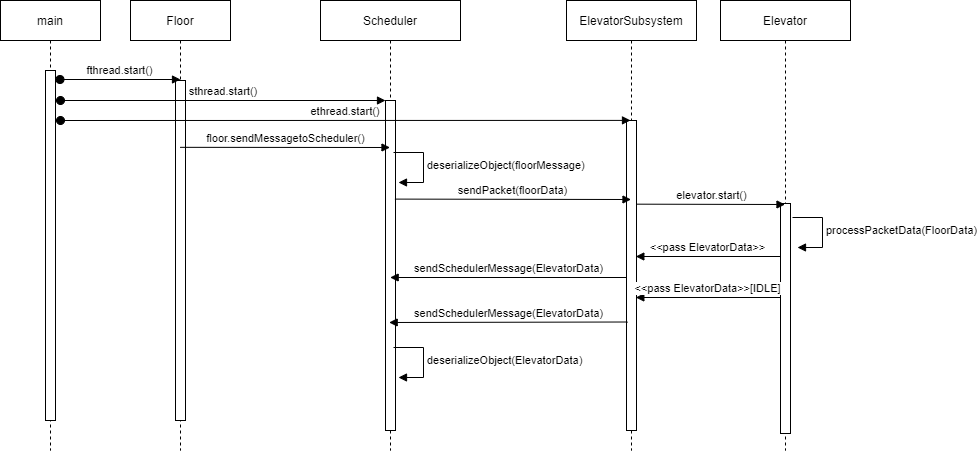
Earlier version of the draw.io export diagrams/Iteration3Sequence.png (slukic0/elevator). Source tidied: cells renumbered, new cells last; positions are measured from the earlier drawing's top-left corner, leaving out a move shared by most shapes.
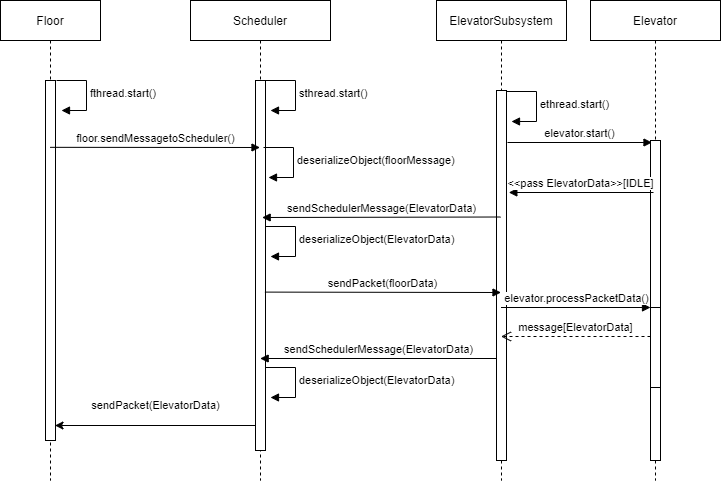
After the change.

The edit, as a diff of the source:
```diff
@@ -3,23 +3,80 @@
     <mxCell id="0" />
     <mxCell id="1" parent="0" />
     <mxCell id="2" value="Floor" style="shape=umlLifeline;perimeter=lifelinePerimeter;rounded=0;shadow=0;strokeWidth=1;" parent="1" vertex="1">
-      <mxGeometry x="130" width="100" height="450" as="geometry" />
+      <mxGeometry x="130" width="100" height="480" as="geometry" />
     </mxCell>
     <mxCell id="3" style="perimeter=orthogonalPerimeter;rounded=0;shadow=0;strokeWidth=1;" parent="2" vertex="1">
-      <mxGeometry x="45" y="80" width="10" height="340" as="geometry" />
+      <mxGeometry x="45" y="80" width="10" height="360" as="geometry" />
     </mxCell>
+    <mxCell id="22" value="fthread.start()" style="html=1;align=left;spacingLeft=2;endArrow=block;rounded=0;edgeStyle=orthogonalEdgeStyle;curved=0;rounded=0;" parent="2" edge="1">
+      <mxGeometry relative="1" as="geometry">
+        <mxPoint x="56" y="80" as="sourcePoint" />
+        <mxPoint x="61" y="110" as="targetPoint" />
+        <Array as="points">
+          <mxPoint x="86" y="110" />
+        </Array>
+      </mxGeometry>
+    </mxCell>
     <mxCell id="4" value="ElevatorSubsystem" style="shape=umlLifeline;perimeter=lifelinePerimeter;rounded=0;shadow=0;strokeWidth=1;" parent="1" vertex="1">
-      <mxGeometry x="566" width="130" height="450" as="geometry" />
+      <mxGeometry x="566" width="130" height="480" as="geometry" />
     </mxCell>
     <mxCell id="5" style="perimeter=orthogonalPerimeter;rounded=0;shadow=0;strokeWidth=1;" parent="4" vertex="1">
-      <mxGeometry x="60" y="120" width="10" height="310" as="geometry" />
+      <mxGeometry x="60" y="90" width="10" height="370" as="geometry" />
     </mxCell>
+    <mxCell id="23" value="ethread.start()" style="html=1;align=left;spacingLeft=2;endArrow=block;rounded=0;edgeStyle=orthogonalEdgeStyle;curved=0;rounded=0;" parent="4" edge="1">
+      <mxGeometry relative="1" as="geometry">
+        <mxPoint x="70" y="91" as="sourcePoint" />
+        <mxPoint x="75" y="121" as="targetPoint" />
+        <Array as="points">
+          <mxPoint x="100" y="121" />
+        </Array>
+      </mxGeometry>
+    </mxCell>
+    <mxCell id="17" value="elevator.start()" style="html=1;verticalAlign=bottom;endArrow=block;rounded=0;" parent="4" edge="1">
+      <mxGeometry relative="1" as="geometry">
+        <mxPoint x="71" y="142" as="sourcePoint" />
+        <mxPoint x="215.5" y="142" as="targetPoint" />
+      </mxGeometry>
+    </mxCell>
     <mxCell id="6" value="Scheduler" style="shape=umlLifeline;perimeter=lifelinePerimeter;rounded=0;shadow=0;strokeWidth=1;" parent="1" vertex="1">
-      <mxGeometry x="320" width="140" height="450" as="geometry" />
+      <mxGeometry x="320" width="140" height="480" as="geometry" />
     </mxCell>
     <mxCell id="7" style="points=[];perimeter=orthogonalPerimeter;rounded=0;shadow=0;strokeWidth=1;" parent="6" vertex="1">
-      <mxGeometry x="65" y="100" width="10" height="330" as="geometry" />
+      <mxGeometry x="65" y="80" width="10" height="370" as="geometry" />
     </mxCell>
+    <mxCell id="24" value="sthread.start()" style="html=1;align=left;spacingLeft=2;endArrow=block;rounded=0;edgeStyle=orthogonalEdgeStyle;curved=0;rounded=0;" parent="6" edge="1">
+      <mxGeometry relative="1" as="geometry">
+        <mxPoint x="75" y="80" as="sourcePoint" />
+        <mxPoint x="80" y="110" as="targetPoint" />
+        <Array as="points">
+          <mxPoint x="105" y="110" />
+        </Array>
+      </mxGeometry>
+    </mxCell>
+    <mxCell id="25" value="deserializeObject(ElevatorData)" style="html=1;align=left;spacingLeft=2;endArrow=block;rounded=0;edgeStyle=orthogonalEdgeStyle;curved=0;rounded=0;" parent="6" edge="1">
+      <mxGeometry relative="1" as="geometry">
+        <mxPoint x="75" y="226" as="sourcePoint" />
+        <mxPoint x="80" y="256" as="targetPoint" />
+        <Array as="points">
+          <mxPoint x="105" y="256" />
+        </Array>
+      </mxGeometry>
+    </mxCell>
+    <mxCell id="26" value="sendPacket(ElevatorData)" style="endArrow=classic;html=1;rounded=0;" parent="6" edge="1">
+      <mxGeometry y="-20" relative="1" as="geometry">
+        <mxPoint x="65" y="425" as="sourcePoint" />
+        <mxPoint x="-135.5" y="425" as="targetPoint" />
+      </mxGeometry>
+    </mxCell>
+    <mxCell id="27" value="deserializeObject(ElevatorData)" style="html=1;align=left;spacingLeft=2;endArrow=block;rounded=0;edgeStyle=orthogonalEdgeStyle;curved=0;rounded=0;" parent="6" edge="1">
+      <mxGeometry relative="1" as="geometry">
+        <mxPoint x="75" y="367" as="sourcePoint" />
+        <mxPoint x="80" y="397" as="targetPoint" />
+        <Array as="points">
+          <mxPoint x="105" y="397" />
+        </Array>
+      </mxGeometry>
+    </mxCell>
     <mxCell id="8" value="floor.sendMessagetoScheduler()" style="html=1;verticalAlign=bottom;endArrow=block;edgeStyle=elbowEdgeStyle;elbow=vertical;curved=0;rounded=0;" parent="1" edge="1">
       <mxGeometry relative="1" as="geometry">
         <mxPoint x="179.7" y="146.8" as="sourcePoint" />
@@ -28,95 +85,56 @@
     </mxCell>
     <mxCell id="9" value="deserializeObject(floorMessage)" style="html=1;align=left;spacingLeft=2;endArrow=block;rounded=0;edgeStyle=orthogonalEdgeStyle;curved=0;rounded=0;" parent="1" edge="1">
       <mxGeometry relative="1" as="geometry">
-        <mxPoint x="393" y="152" as="sourcePoint" />
-        <mxPoint x="398" y="182" as="targetPoint" />
+        <mxPoint x="393" y="147" as="sourcePoint" />
+        <mxPoint x="398" y="177" as="targetPoint" />
         <Array as="points">
-          <mxPoint x="423" y="182" />
+          <mxPoint x="423" y="177" />
         </Array>
       </mxGeometry>
     </mxCell>
     <mxCell id="10" value="sendPacket(floorData)" style="html=1;verticalAlign=bottom;endArrow=block;edgeStyle=elbowEdgeStyle;elbow=vertical;curved=0;rounded=0;exitX=0.941;exitY=0.196;exitDx=0;exitDy=0;exitPerimeter=0;" parent="1" edge="1">
       <mxGeometry relative="1" as="geometry">
-        <mxPoint x="394.4" y="198.6" as="sourcePoint" />
-        <mxPoint x="630.5" y="199" as="targetPoint" />
+        <mxPoint x="394.4" y="291.6" as="sourcePoint" />
+        <mxPoint x="630.5" y="292" as="targetPoint" />
       </mxGeometry>
     </mxCell>
-    <mxCell id="11" value="processPacketData(FloorData)" style="html=1;align=left;spacingLeft=2;endArrow=block;rounded=0;edgeStyle=orthogonalEdgeStyle;curved=0;rounded=0;" parent="1" edge="1">
-      <mxGeometry relative="1" as="geometry">
-        <mxPoint x="792" y="217" as="sourcePoint" />
-        <mxPoint x="797" y="247" as="targetPoint" />
-        <Array as="points">
-          <mxPoint x="822" y="247" />
-        </Array>
-      </mxGeometry>
-    </mxCell>
     <mxCell id="12" value="sendSchedulerMessage(ElevatorData)" style="html=1;verticalAlign=bottom;endArrow=block;edgeStyle=elbowEdgeStyle;elbow=vertical;curved=0;rounded=0;" parent="1" edge="1">
       <mxGeometry relative="1" as="geometry">
-        <mxPoint x="626" y="277" as="sourcePoint" />
-        <mxPoint x="389.7" y="276.8" as="targetPoint" />
+        <mxPoint x="626" y="358" as="sourcePoint" />
+        <mxPoint x="389.7" y="357.8" as="targetPoint" />
       </mxGeometry>
     </mxCell>
-    <mxCell id="13" value="sendSchedulerMessage(ElevatorData)" style="html=1;verticalAlign=bottom;endArrow=block;edgeStyle=elbowEdgeStyle;elbow=vertical;curved=0;rounded=0;exitX=0.104;exitY=0.43;exitDx=0;exitDy=0;exitPerimeter=0;" parent="1" edge="1">
-      <mxGeometry relative="1" as="geometry">
-        <mxPoint x="627" y="321.5" as="sourcePoint" />
-        <mxPoint x="388.7" y="321.8" as="targetPoint" />
-      </mxGeometry>
-    </mxCell>
-    <mxCell id="14" value="deserializeObject(ElevatorData)" style="html=1;align=left;spacingLeft=2;endArrow=block;rounded=0;edgeStyle=orthogonalEdgeStyle;curved=0;rounded=0;" parent="1" edge="1">
-      <mxGeometry relative="1" as="geometry">
-        <mxPoint x="393" y="347" as="sourcePoint" />
-        <mxPoint x="398" y="377" as="targetPoint" />
-        <Array as="points">
-          <mxPoint x="423" y="377" />
-        </Array>
-      </mxGeometry>
-    </mxCell>
     <mxCell id="15" value="Elevator" style="shape=umlLifeline;perimeter=lifelinePerimeter;rounded=0;shadow=0;strokeWidth=1;" parent="1" vertex="1">
-      <mxGeometry x="720" width="130" height="450" as="geometry" />
+      <mxGeometry x="720" width="130" height="480" as="geometry" />
     </mxCell>
     <mxCell id="16" style="perimeter=orthogonalPerimeter;rounded=0;shadow=0;strokeWidth=1;" parent="15" vertex="1">
-      <mxGeometry x="60" y="203" width="10" height="230" as="geometry" />
+      <mxGeometry x="60" y="140" width="10" height="320" as="geometry" />
     </mxCell>
-    <mxCell id="17" value="elevator.start()" style="html=1;verticalAlign=bottom;endArrow=block;edgeStyle=elbowEdgeStyle;elbow=vertical;curved=0;rounded=0;" parent="1" edge="1">
-      <mxGeometry relative="1" as="geometry">
-        <mxPoint x="636" y="203.7" as="sourcePoint" />
-        <mxPoint x="784.5" y="203.7" as="targetPoint" />
-      </mxGeometry>
-    </mxCell>
-    <mxCell id="18" value="&amp;lt;&amp;lt;pass ElevatorData&amp;gt;&amp;gt;" style="html=1;verticalAlign=bottom;endArrow=block;edgeStyle=elbowEdgeStyle;elbow=vertical;curved=0;rounded=0;entryX=0.933;entryY=0.347;entryDx=0;entryDy=0;entryPerimeter=0;" parent="1" edge="1">
-      <mxGeometry relative="1" as="geometry">
-        <mxPoint x="780" y="256" as="sourcePoint" />
-        <mxPoint x="635.3" y="256.5" as="targetPoint" />
-      </mxGeometry>
-    </mxCell>
+    <mxCell id="13" value="sendSchedulerMessage(ElevatorData)" style="html=1;verticalAlign=bottom;endArrow=block;edgeStyle=elbowEdgeStyle;elbow=vertical;curved=0;rounded=0;exitX=0.104;exitY=0.43;exitDx=0;exitDy=0;exitPerimeter=0;" parent="15" edge="1">
+      <mxGeometry relative="1" as="geometry">
+        <mxPoint x="-90" y="216.5" as="sourcePoint" />
+        <mxPoint x="-328.3" y="216.8" as="targetPoint" />
+      </mxGeometry>
+    </mxCell>
-    <mxCell id="19" value="&amp;lt;&amp;lt;pass ElevatorData&amp;gt;&amp;gt;[IDLE]" style="html=1;verticalAlign=bottom;endArrow=block;edgeStyle=elbowEdgeStyle;elbow=vertical;curved=0;rounded=0;entryX=0.933;entryY=0.347;entryDx=0;entryDy=0;entryPerimeter=0;" parent="1" edge="1">
+    <mxCell id="19" value="&amp;lt;&amp;lt;pass ElevatorData&amp;gt;&amp;gt;[IDLE]" style="html=1;verticalAlign=bottom;endArrow=block;edgeStyle=elbowEdgeStyle;elbow=vertical;curved=0;rounded=0;entryX=0.933;entryY=0.347;entryDx=0;entryDy=0;entryPerimeter=0;" parent="15" edge="1">
       <mxGeometry relative="1" as="geometry">
-        <mxPoint x="780" y="297" as="sourcePoint" />
-        <mxPoint x="635.3" y="297.5" as="targetPoint" />
+        <mxPoint x="63" y="192" as="sourcePoint" />
+        <mxPoint x="-81.7" y="192.5" as="targetPoint" />
       </mxGeometry>
     </mxCell>
-    <mxCell id="20" value="main" style="shape=umlLifeline;perimeter=lifelinePerimeter;rounded=0;shadow=0;strokeWidth=1;" parent="1" vertex="1">
-      <mxGeometry width="100" height="450" as="geometry" />
-    </mxCell>
-    <mxCell id="21" style="perimeter=orthogonalPerimeter;rounded=0;shadow=0;strokeWidth=1;" parent="20" vertex="1">
-      <mxGeometry x="45" y="70" width="10" height="350" as="geometry" />
-    </mxCell>
-    <mxCell id="22" value="fthread.start()" style="verticalAlign=bottom;startArrow=oval;endArrow=block;startSize=8;shadow=0;strokeWidth=1;" parent="20" edge="1">
-      <mxGeometry relative="1" as="geometry">
-        <mxPoint x="59.5" y="79" as="sourcePoint" />
-        <mxPoint x="180" y="79" as="targetPoint" />
-      </mxGeometry>
-    </mxCell>
-    <mxCell id="23" value="ethread.start()" style="verticalAlign=bottom;startArrow=oval;endArrow=block;startSize=8;shadow=0;strokeWidth=1;entryX=0.4;entryY=0.114;entryDx=0;entryDy=0;entryPerimeter=0;" parent="20" edge="1">
-      <mxGeometry relative="1" as="geometry">
-        <mxPoint x="60" y="120" as="sourcePoint" />
-        <mxPoint x="630" y="119.9" as="targetPoint" />
-      </mxGeometry>
-    </mxCell>
-    <mxCell id="24" value="sthread.start()" style="verticalAlign=bottom;startArrow=oval;endArrow=block;startSize=8;shadow=0;strokeWidth=1;" parent="1" edge="1" target="7">
-      <mxGeometry relative="1" as="geometry">
-        <mxPoint x="60" y="100" as="sourcePoint" />
-      </mxGeometry>
-    </mxCell>
+    <mxCell id="28" style="html=1;points=[];perimeter=orthogonalPerimeter;" parent="15" vertex="1">
+      <mxGeometry x="60" y="307" width="10" height="80" as="geometry" />
+    </mxCell>
+    <mxCell id="29" value="message[ElevatorData]" style="html=1;verticalAlign=bottom;endArrow=open;dashed=1;endSize=8;exitX=0;exitY=0.95;rounded=0;" parent="15" edge="1">
+      <mxGeometry relative="1" as="geometry">
+        <mxPoint x="60" y="336" as="sourcePoint" />
+        <mxPoint x="-89.5" y="336" as="targetPoint" />
+      </mxGeometry>
+    </mxCell>
+    <mxCell id="30" value="elevator.processPacketData()" style="html=1;verticalAlign=bottom;endArrow=block;entryX=0;entryY=0;rounded=0;" parent="1" edge="1" target="28">
+      <mxGeometry relative="1" as="geometry">
+        <mxPoint x="630.5" y="307" as="sourcePoint" />
+      </mxGeometry>
+    </mxCell>
   </root>
 </mxGraphModel>
```
